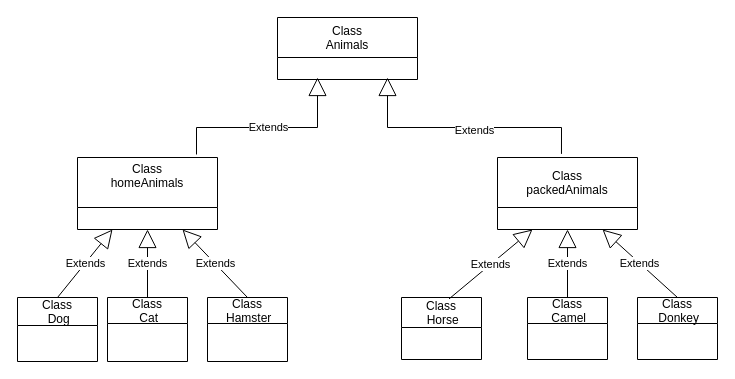
Before: UML.drawio in nagovitsin-kgs/Kennel_account_system, a draw.io diagram. Source tidied: cells renumbered, new cells numbered last; positions are measured from the earlier drawing's top-left corner, leaving out a move shared by most shapes. Both pictures are drawn from the tidied source at 100%, with x=0, y=0 at pixel (17, 17).
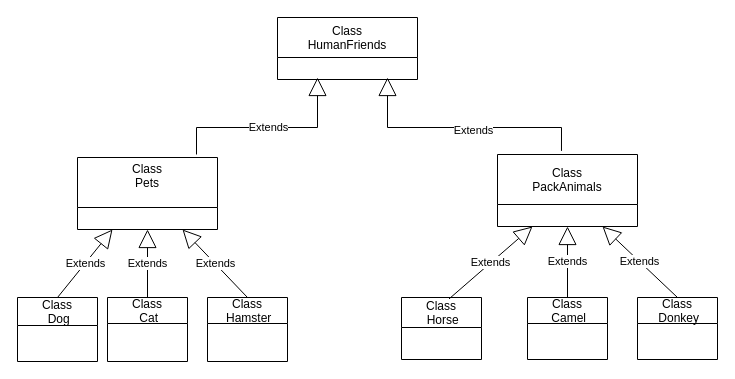
After the change.

What changed in the source:
```diff
@@
-    <mxCell id="2" value="Class &#10;Animals" style="swimlane;fontStyle=0;horizontal=1;startSize=40;fillColor=none;" parent="1" vertex="1">
+    <mxCell id="2" value="Class &#10;HumanFriends" style="swimlane;fontStyle=0;horizontal=1;startSize=40;fillColor=none;" parent="1" vertex="1">
       <mxGeometry x="260" width="140" height="62" as="geometry" />
     </mxCell>
-    <mxCell id="3" value="Class &#10;homeAnimals&#10;" style="swimlane;fontStyle=0;horizontal=1;startSize=50;fillColor=none;" parent="1" vertex="1">
+    <mxCell id="3" value="Class &#10;Pets&#10;" style="swimlane;fontStyle=0;horizontal=1;startSize=50;fillColor=none;" parent="1" vertex="1">
       <mxGeometry x="60" y="140" width="140" height="72" as="geometry" />
     </mxCell>
-    <mxCell id="4" value="Class&#10;packedAnimals" style="swimlane;fontStyle=0;horizontal=1;startSize=50;fillColor=none;" parent="1" vertex="1">
-      <mxGeometry x="480" y="140" width="140" height="72" as="geometry" />
+    <mxCell id="4" value="Class&#10;PackAnimals" style="swimlane;fontStyle=0;horizontal=1;startSize=50;fillColor=none;" parent="1" vertex="1">
+      <mxGeometry x="480" y="137" width="140" height="72" as="geometry" />
     </mxCell>
```
